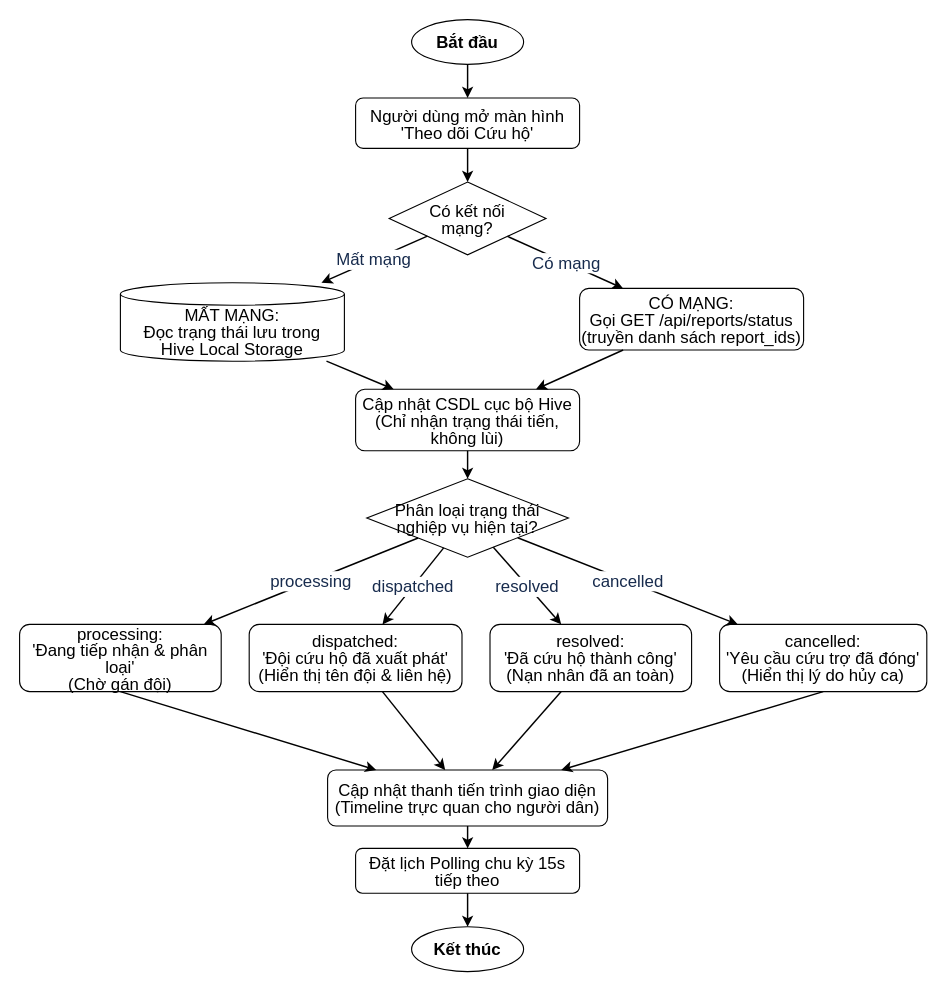
This is report/assets/diagrams/flow_04_track_rescue_status.drawio from ngthtrong/nckh2, a draw.io file, before an edit. Source tidied: cells renumbered, new cells numbered last; positions are measured from the earlier drawing's top-left corner, leaving out a move shared by most shapes. Both pictures are drawn from the tidied source at 112%, with x=0, y=0 at pixel (19, 19).
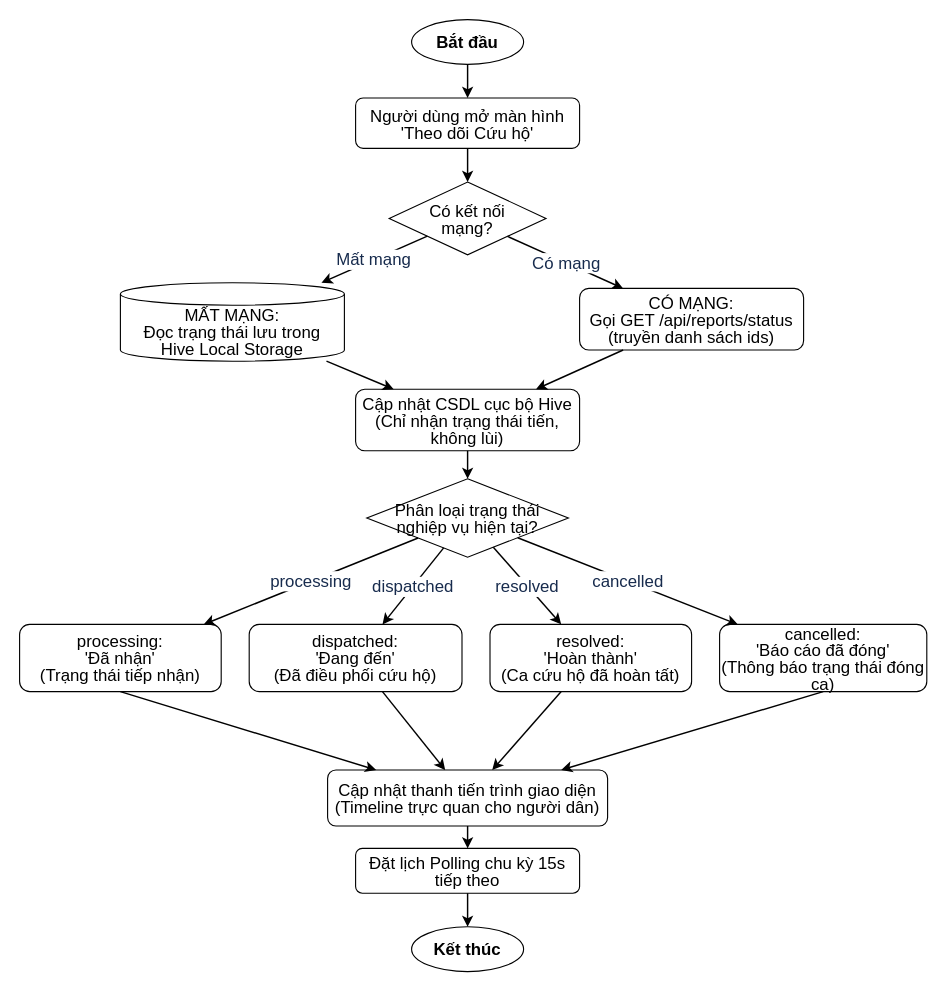
The same diagram, later.

What changed in the source:
```diff
@@
-    <mxCell id="6" value="&lt;div style=&quot;line-height:1;&quot;&gt;CÓ MẠNG:&#10;Gọi GET /api/reports/status&#10;(truyền danh sách report_ids)&lt;/div&gt;" style="rounded=1;whiteSpace=wrap;html=1;fontSize=15;fontFamily=Helvetica;" parent="1" vertex="1">
+    <mxCell id="6" value="&lt;div style=&quot;line-height:1;&quot;&gt;CÓ MẠNG:&#10;Gọi GET /api/reports/status&#10;(truyền danh sách ids)&lt;/div&gt;" style="rounded=1;whiteSpace=wrap;html=1;fontSize=15;fontFamily=Helvetica;" parent="1" vertex="1">
       <mxGeometry x="500" y="240" width="200" height="55" as="geometry" />
     </mxCell>
@@
-    <mxCell id="9" value="&lt;div style=&quot;line-height:1;&quot;&gt;processing:&#10;'Đang tiếp nhận &amp;amp; phân loại'&#10;(Chờ gán đội)&lt;/div&gt;" style="rounded=1;whiteSpace=wrap;html=1;fontSize=15;fontFamily=Helvetica;" parent="1" vertex="1">
+    <mxCell id="9" value="&lt;div style=&quot;line-height:1;&quot;&gt;processing:&#10;'Đã nhận'&#10;(Trạng thái tiếp nhận)&lt;/div&gt;" style="rounded=1;whiteSpace=wrap;html=1;fontSize=15;fontFamily=Helvetica;" parent="1" vertex="1">
       <mxGeometry y="540" width="180" height="60" as="geometry" />
     </mxCell>
-    <mxCell id="10" value="&lt;div style=&quot;line-height:1;&quot;&gt;dispatched:&#10;'Đội cứu hộ đã xuất phát'&#10;(Hiển thị tên đội &amp;amp; liên hệ)&lt;/div&gt;" style="rounded=1;whiteSpace=wrap;html=1;fontSize=15;fontFamily=Helvetica;" parent="1" vertex="1">
+    <mxCell id="10" value="&lt;div style=&quot;line-height:1;&quot;&gt;dispatched:&#10;'Đang đến'&#10;(Đã điều phối cứu hộ)&lt;/div&gt;" style="rounded=1;whiteSpace=wrap;html=1;fontSize=15;fontFamily=Helvetica;" parent="1" vertex="1">
       <mxGeometry x="205" y="540" width="190" height="60" as="geometry" />
     </mxCell>
-    <mxCell id="11" value="&lt;div style=&quot;line-height:1;&quot;&gt;resolved:&#10;'Đã cứu hộ thành công'&#10;(Nạn nhân đã an toàn)&lt;/div&gt;" style="rounded=1;whiteSpace=wrap;html=1;fontSize=15;fontFamily=Helvetica;" parent="1" vertex="1">
+    <mxCell id="11" value="&lt;div style=&quot;line-height:1;&quot;&gt;resolved:&#10;'Hoàn thành'&#10;(Ca cứu hộ đã hoàn tất)&lt;/div&gt;" style="rounded=1;whiteSpace=wrap;html=1;fontSize=15;fontFamily=Helvetica;" parent="1" vertex="1">
       <mxGeometry x="420" y="540" width="180" height="60" as="geometry" />
     </mxCell>
-    <mxCell id="12" value="&lt;div style=&quot;line-height:1;&quot;&gt;cancelled:&#10;'Yêu cầu cứu trợ đã đóng'&#10;(Hiển thị lý do hủy ca)&lt;/div&gt;" style="rounded=1;whiteSpace=wrap;html=1;fontSize=15;fontFamily=Helvetica;" parent="1" vertex="1">
+    <mxCell id="12" value="&lt;div style=&quot;line-height:1;&quot;&gt;cancelled:&#10;'Báo cáo đã đóng'&#10;(Thông báo trạng thái đóng ca)&lt;/div&gt;" style="rounded=1;whiteSpace=wrap;html=1;fontSize=15;fontFamily=Helvetica;" parent="1" vertex="1">
       <mxGeometry x="625" y="540" width="185" height="60" as="geometry" />
     </mxCell>
```
